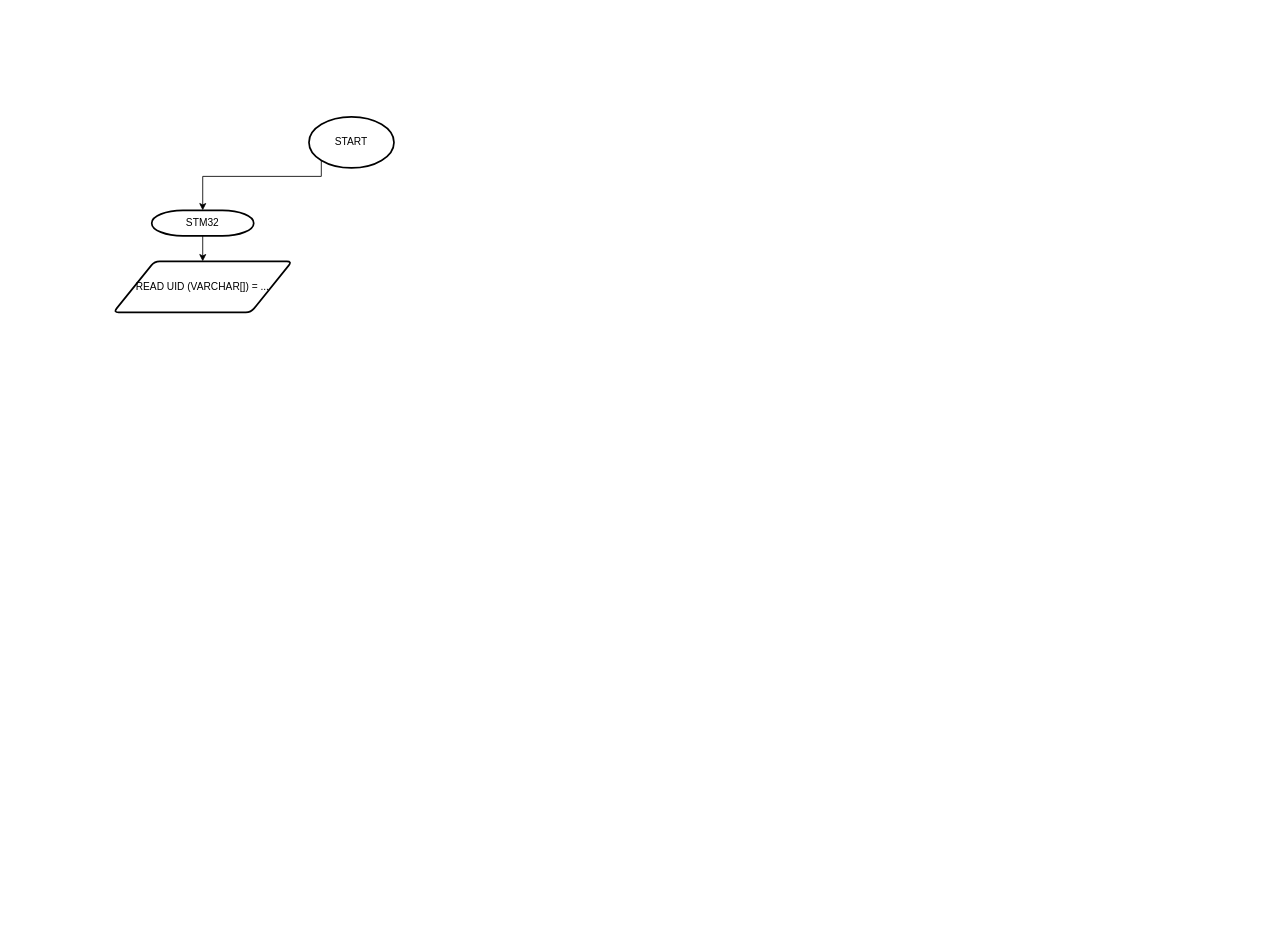
ilhamdestyo/draw.io keeps this draw.io diagram as Payment-Algorithm.drawio. Above is the earlier version. Source tidied: cells renumbered, new cells numbered last; positions are measured from the earlier drawing's top-left corner, leaving out a move shared by most shapes. Both pictures are drawn from the tidied source at 85%, with x=0, y=0 at pixel (113, 116).
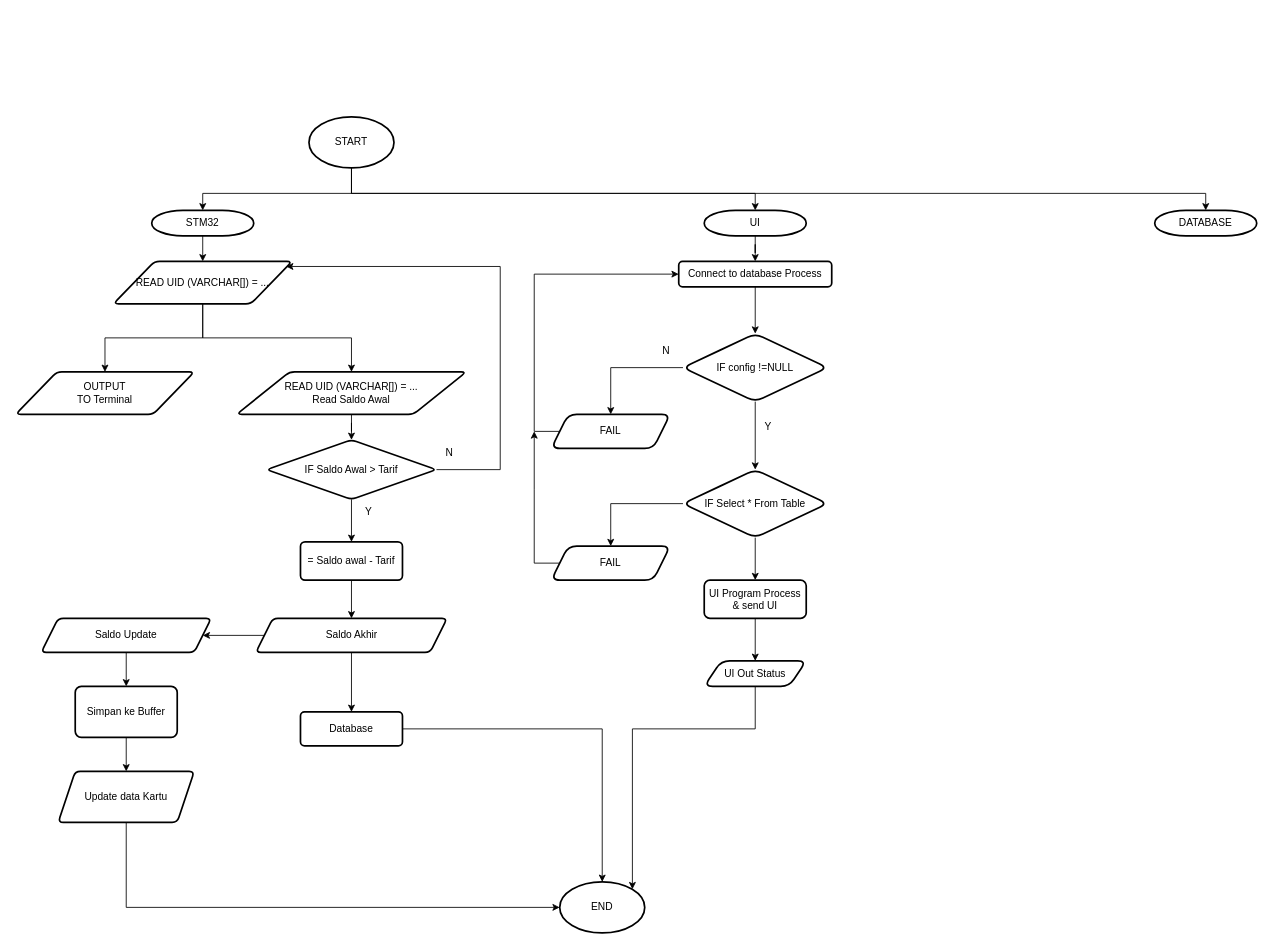
After the change.

The change refers to these unchanged cells:
```xml
<mxCell id="3" value="START" style="strokeWidth=2;html=1;shape=mxgraph.flowchart.start_1;whiteSpace=wrap;" parent="1" vertex="1">
  <mxGeometry x="230" width="100" height="60" as="geometry" />
</mxCell>
<mxCell id="6" value="STM32" style="strokeWidth=2;html=1;shape=mxgraph.flowchart.terminator;whiteSpace=wrap;fontSize=12;" parent="1" vertex="1">
  <mxGeometry x="45" y="110" width="120" height="30" as="geometry" />
</mxCell>
```

Change to the diagram source:
```diff
@@
-    <mxCell id="2" style="edgeStyle=orthogonalEdgeStyle;rounded=0;jettySize=auto;html=1;entryX=0.5;entryY=0;entryDx=0;entryDy=0;entryPerimeter=0;fontSize=12;exitX=0.145;exitY=0.855;exitDx=0;exitDy=0;exitPerimeter=0;" parent="1" edge="1" source="3" target="6">
+    <mxCell id="2" style="edgeStyle=orthogonalEdgeStyle;rounded=0;jettySize=auto;html=1;entryX=0.5;entryY=0;entryDx=0;entryDy=0;entryPerimeter=0;fontSize=12;exitX=0.5;exitY=1;exitDx=0;exitDy=0;exitPerimeter=0;" parent="1" edge="1" source="3" target="6">
       <mxGeometry relative="1" as="geometry">
         <Array as="points">
-          <mxPoint x="245" y="70" />
-          <mxPoint x="105" y="70" />
+          <mxPoint x="280" y="90" />
+          <mxPoint x="105" y="90" />
         </Array>
       </mxGeometry>
     </mxCell>
+    <mxCell id="7" style="edgeStyle=orthogonalEdgeStyle;rounded=0;jettySize=auto;html=1;entryX=0.5;entryY=0;entryDx=0;entryDy=0;entryPerimeter=0;fontSize=12;exitX=0.5;exitY=1;exitDx=0;exitDy=0;exitPerimeter=0;" parent="1" edge="1" source="3" target="34">
+      <mxGeometry relative="1" as="geometry">
+        <Array as="points">
+          <mxPoint x="280" y="90" />
+          <mxPoint x="755" y="90" />
+        </Array>
+      </mxGeometry>
+    </mxCell>
+    <mxCell id="8" style="edgeStyle=orthogonalEdgeStyle;rounded=0;jettySize=auto;html=1;fontSize=12;entryX=0.5;entryY=0;entryDx=0;entryDy=0;entryPerimeter=0;" parent="1" edge="1" source="3" target="54">
+      <mxGeometry relative="1" as="geometry">
+        <Array as="points">
+          <mxPoint x="280" y="90" />
+          <mxPoint x="1285" y="90" />
+        </Array>
+      </mxGeometry>
+    </mxCell>
@@
+    <mxCell id="9" style="edgeStyle=orthogonalEdgeStyle;rounded=0;jettySize=auto;html=1;fontSize=12;" parent="1" edge="1" source="4" target="11">
+      <mxGeometry relative="1" as="geometry" />
+    </mxCell>
+    <mxCell id="10" style="edgeStyle=orthogonalEdgeStyle;rounded=0;jettySize=auto;html=1;fontSize=12;" parent="1" edge="1" source="4" target="13">
+      <mxGeometry relative="1" as="geometry" />
+    </mxCell>
     <mxCell id="4" value="&lt;div style=&quot;&quot; align=&quot;center&quot;&gt;&lt;font style=&quot;font-size: 12px;&quot;&gt;READ UID (VARCHAR[]) = ...&lt;br&gt;&lt;/font&gt;&lt;/div&gt;" style="shape=parallelogram;html=1;strokeWidth=2;perimeter=parallelogramPerimeter;whiteSpace=wrap;rounded=1;arcSize=12;size=0.23;align=center;" parent="1" vertex="1">
-      <mxGeometry y="170" width="210" height="60" as="geometry" />
+      <mxGeometry y="170" width="210" height="50" as="geometry" />
     </mxCell>
@@
+    <mxCell id="11" value="&lt;div&gt;OUTPUT&lt;/div&gt;&lt;div&gt;TO Terminal&lt;br&gt;&lt;/div&gt;" style="shape=parallelogram;html=1;strokeWidth=2;perimeter=parallelogramPerimeter;whiteSpace=wrap;rounded=1;arcSize=12;size=0.23;align=center;" parent="1" vertex="1">
+      <mxGeometry x="-115" y="300" width="210" height="50" as="geometry" />
+    </mxCell>
+    <mxCell id="12" style="edgeStyle=orthogonalEdgeStyle;rounded=0;jettySize=auto;html=1;entryX=0.5;entryY=0;entryDx=0;entryDy=0;fontSize=12;" parent="1" edge="1" source="13" target="18">
+      <mxGeometry relative="1" as="geometry" />
+    </mxCell>
+    <mxCell id="13" value="&lt;div style=&quot;&quot; align=&quot;center&quot;&gt;&lt;font style=&quot;font-size: 12px;&quot;&gt;READ UID (VARCHAR[]) = ...&lt;br&gt;&lt;/font&gt;&lt;/div&gt;&lt;div&gt;Read Saldo Awal&lt;br&gt;&lt;/div&gt;" style="shape=parallelogram;html=1;strokeWidth=2;perimeter=parallelogramPerimeter;whiteSpace=wrap;rounded=1;arcSize=12;size=0.23;align=center;" parent="1" vertex="1">
+      <mxGeometry x="145" y="300" width="270" height="50" as="geometry" />
+    </mxCell>
+    <mxCell id="14" style="edgeStyle=orthogonalEdgeStyle;rounded=0;jettySize=auto;html=1;fontSize=12;" parent="1" edge="1" source="15" target="23">
+      <mxGeometry relative="1" as="geometry" />
+    </mxCell>
+    <mxCell id="15" value="= Saldo awal - Tarif" style="whiteSpace=wrap;html=1;strokeWidth=2;rounded=1;arcSize=12;" parent="1" vertex="1">
+      <mxGeometry x="220" y="500" width="120" height="45" as="geometry" />
+    </mxCell>
+    <mxCell id="16" style="edgeStyle=orthogonalEdgeStyle;rounded=0;jettySize=auto;html=1;exitX=0.5;exitY=1;exitDx=0;exitDy=0;fontSize=12;" parent="1" edge="1" source="18" target="15">
+      <mxGeometry relative="1" as="geometry" />
+    </mxCell>
+    <mxCell id="17" style="edgeStyle=orthogonalEdgeStyle;rounded=0;jettySize=auto;html=1;fontSize=12;entryX=0.967;entryY=0.12;entryDx=0;entryDy=0;entryPerimeter=0;exitX=1;exitY=0.5;exitDx=0;exitDy=0;" parent="1" edge="1" source="18" target="4">
+      <mxGeometry relative="1" as="geometry">
+        <Array as="points">
+          <mxPoint x="455" y="415" />
+          <mxPoint x="455" y="176" />
+        </Array>
+      </mxGeometry>
+    </mxCell>
+    <mxCell id="18" value="IF Saldo Awal &amp;gt; Tarif" style="rhombus;whiteSpace=wrap;html=1;strokeWidth=2;rounded=1;arcSize=12;" parent="1" vertex="1">
+      <mxGeometry x="180" y="380" width="200" height="70" as="geometry" />
+    </mxCell>
+    <mxCell id="19" value="N" style="text;html=1;align=center;verticalAlign=middle;strokeColor=none;fillColor=none;fontSize=12;" parent="1" vertex="1">
+      <mxGeometry x="380" y="380" width="30" height="30" as="geometry" />
+    </mxCell>
+    <mxCell id="20" value="Y" style="text;html=1;align=center;verticalAlign=middle;strokeColor=none;fillColor=none;fontSize=12;" parent="1" vertex="1">
+      <mxGeometry x="285" y="450" width="30" height="30" as="geometry" />
+    </mxCell>
+    <mxCell id="21" style="edgeStyle=orthogonalEdgeStyle;rounded=0;jettySize=auto;html=1;fontSize=12;" parent="1" edge="1" source="23" target="25">
+      <mxGeometry relative="1" as="geometry" />
+    </mxCell>
+    <mxCell id="22" style="edgeStyle=orthogonalEdgeStyle;rounded=0;jettySize=auto;html=1;fontSize=12;" parent="1" edge="1" source="23" target="31">
+      <mxGeometry relative="1" as="geometry" />
+    </mxCell>
+    <mxCell id="23" value="Saldo Akhir" style="shape=parallelogram;perimeter=parallelogramPerimeter;whiteSpace=wrap;html=1;fixedSize=1;strokeWidth=2;rounded=1;arcSize=12;" parent="1" vertex="1">
+      <mxGeometry x="167.5" y="590" width="225" height="40" as="geometry" />
+    </mxCell>
+    <mxCell id="24" style="edgeStyle=orthogonalEdgeStyle;rounded=0;jettySize=auto;html=1;fontSize=12;" parent="1" edge="1" source="25" target="27">
+      <mxGeometry relative="1" as="geometry" />
+    </mxCell>
+    <mxCell id="25" value="Saldo Update" style="shape=parallelogram;perimeter=parallelogramPerimeter;whiteSpace=wrap;html=1;fixedSize=1;strokeWidth=2;rounded=1;arcSize=12;" parent="1" vertex="1">
+      <mxGeometry x="-85" y="590" width="200" height="40" as="geometry" />
+    </mxCell>
+    <mxCell id="26" style="edgeStyle=orthogonalEdgeStyle;rounded=0;jettySize=auto;html=1;fontSize=12;" parent="1" edge="1" source="27" target="29">
+      <mxGeometry relative="1" as="geometry" />
+    </mxCell>
+    <mxCell id="27" value="Simpan ke Buffer" style="rounded=1;whiteSpace=wrap;html=1;strokeWidth=2;arcSize=12;" parent="1" vertex="1">
+      <mxGeometry x="-45" y="670" width="120" height="60" as="geometry" />
+    </mxCell>
+    <mxCell id="28" style="edgeStyle=orthogonalEdgeStyle;rounded=0;jettySize=auto;html=1;entryX=0;entryY=0.5;entryDx=0;entryDy=0;entryPerimeter=0;fontSize=12;exitX=0.5;exitY=1;exitDx=0;exitDy=0;" parent="1" edge="1" source="29" target="32">
+      <mxGeometry relative="1" as="geometry">
+        <Array as="points">
+          <mxPoint x="15" y="930" />
+        </Array>
+      </mxGeometry>
+    </mxCell>
+    <mxCell id="29" value="Update data Kartu" style="shape=parallelogram;perimeter=parallelogramPerimeter;whiteSpace=wrap;html=1;fixedSize=1;rounded=1;strokeWidth=2;arcSize=12;" parent="1" vertex="1">
+      <mxGeometry x="-65" y="770" width="160" height="60" as="geometry" />
+    </mxCell>
+    <mxCell id="30" style="edgeStyle=orthogonalEdgeStyle;rounded=0;jettySize=auto;html=1;entryX=0.5;entryY=0;entryDx=0;entryDy=0;entryPerimeter=0;fontSize=12;" parent="1" edge="1" source="31" target="32">
+      <mxGeometry relative="1" as="geometry">
+        <Array as="points">
+          <mxPoint x="575" y="720" />
+        </Array>
+      </mxGeometry>
+    </mxCell>
+    <mxCell id="31" value="Database" style="rounded=1;whiteSpace=wrap;html=1;strokeWidth=2;arcSize=12;" parent="1" vertex="1">
+      <mxGeometry x="220" y="700" width="120" height="40" as="geometry" />
+    </mxCell>
+    <mxCell id="32" value="END" style="strokeWidth=2;html=1;shape=mxgraph.flowchart.start_1;whiteSpace=wrap;fontSize=12;" parent="1" vertex="1">
+      <mxGeometry x="525" y="900" width="100" height="60" as="geometry" />
+    </mxCell>
+    <mxCell id="33" style="edgeStyle=orthogonalEdgeStyle;rounded=0;jettySize=auto;html=1;fontSize=12;" parent="1" edge="1" source="34" target="36">
+      <mxGeometry relative="1" as="geometry" />
+    </mxCell>
+    <mxCell id="34" value="UI" style="strokeWidth=2;html=1;shape=mxgraph.flowchart.terminator;whiteSpace=wrap;fontSize=12;" parent="1" vertex="1">
+      <mxGeometry x="695" y="110" width="120" height="30" as="geometry" />
+    </mxCell>
+    <mxCell id="35" style="edgeStyle=orthogonalEdgeStyle;rounded=0;jettySize=auto;html=1;fontSize=12;" parent="1" edge="1" source="36" target="39">
+      <mxGeometry relative="1" as="geometry" />
+    </mxCell>
+    <mxCell id="36" value="Connect to database Process" style="rounded=1;whiteSpace=wrap;html=1;strokeWidth=2;" parent="1" vertex="1">
+      <mxGeometry x="665" y="170" width="180" height="30" as="geometry" />
+    </mxCell>
+    <mxCell id="37" style="edgeStyle=orthogonalEdgeStyle;rounded=0;jettySize=auto;html=1;fontSize=12;" parent="1" edge="1" source="39" target="41">
+      <mxGeometry relative="1" as="geometry" />
+    </mxCell>
+    <mxCell id="38" style="edgeStyle=orthogonalEdgeStyle;rounded=0;jettySize=auto;html=1;fontSize=12;" parent="1" edge="1" source="39" target="46">
+      <mxGeometry relative="1" as="geometry" />
+    </mxCell>
+    <mxCell id="39" value="IF config !=NULL " style="rhombus;whiteSpace=wrap;html=1;rounded=1;strokeWidth=2;" parent="1" vertex="1">
+      <mxGeometry x="670" y="255" width="170" height="80" as="geometry" />
+    </mxCell>
+    <mxCell id="40" style="edgeStyle=orthogonalEdgeStyle;rounded=0;jettySize=auto;html=1;entryX=0;entryY=0.5;entryDx=0;entryDy=0;fontSize=12;" parent="1" edge="1" source="41" target="36">
+      <mxGeometry relative="1" as="geometry">
+        <Array as="points">
+          <mxPoint x="495" y="370" />
+          <mxPoint x="495" y="185" />
+        </Array>
+      </mxGeometry>
+    </mxCell>
+    <mxCell id="41" value="FAIL" style="shape=parallelogram;perimeter=parallelogramPerimeter;whiteSpace=wrap;html=1;fixedSize=1;rounded=1;strokeWidth=2;" parent="1" vertex="1">
+      <mxGeometry x="515" y="350" width="140" height="40" as="geometry" />
+    </mxCell>
+    <mxCell id="42" value="N" style="text;html=1;align=center;verticalAlign=middle;strokeColor=none;fillColor=none;fontSize=12;" parent="1" vertex="1">
+      <mxGeometry x="635" y="260" width="30" height="30" as="geometry" />
+    </mxCell>
+    <mxCell id="43" value="Y" style="text;html=1;align=center;verticalAlign=middle;strokeColor=none;fillColor=none;fontSize=12;" parent="1" vertex="1">
+      <mxGeometry x="755" y="350" width="30" height="30" as="geometry" />
+    </mxCell>
+    <mxCell id="44" style="edgeStyle=orthogonalEdgeStyle;rounded=0;jettySize=auto;html=1;exitX=0;exitY=0.5;exitDx=0;exitDy=0;entryX=0.5;entryY=0;entryDx=0;entryDy=0;fontSize=12;" parent="1" edge="1" source="46" target="48">
+      <mxGeometry relative="1" as="geometry" />
+    </mxCell>
+    <mxCell id="45" style="edgeStyle=orthogonalEdgeStyle;rounded=0;jettySize=auto;html=1;fontSize=12;" parent="1" edge="1" source="46" target="50">
+      <mxGeometry relative="1" as="geometry" />
+    </mxCell>
+    <mxCell id="46" value="IF Select * From Table" style="rhombus;whiteSpace=wrap;html=1;rounded=1;strokeWidth=2;" parent="1" vertex="1">
+      <mxGeometry x="670" y="415" width="170" height="80" as="geometry" />
+    </mxCell>
+    <mxCell id="47" style="edgeStyle=orthogonalEdgeStyle;rounded=0;jettySize=auto;html=1;exitX=0;exitY=0.5;exitDx=0;exitDy=0;fontSize=12;" parent="1" edge="1" source="48">
+      <mxGeometry relative="1" as="geometry">
+        <mxPoint x="495" y="370" as="targetPoint" />
+      </mxGeometry>
+    </mxCell>
+    <mxCell id="48" value="FAIL" style="shape=parallelogram;perimeter=parallelogramPerimeter;whiteSpace=wrap;html=1;fixedSize=1;rounded=1;strokeWidth=2;" parent="1" vertex="1">
+      <mxGeometry x="515" y="505" width="140" height="40" as="geometry" />
+    </mxCell>
+    <mxCell id="49" style="edgeStyle=orthogonalEdgeStyle;rounded=0;jettySize=auto;html=1;fontSize=12;" parent="1" edge="1" source="50" target="52">
+      <mxGeometry relative="1" as="geometry" />
+    </mxCell>
+    <mxCell id="50" value="UI Program Process &amp;amp; send UI" style="whiteSpace=wrap;html=1;rounded=1;strokeWidth=2;" parent="1" vertex="1">
+      <mxGeometry x="695" y="545" width="120" height="45" as="geometry" />
+    </mxCell>
+    <mxCell id="51" style="edgeStyle=orthogonalEdgeStyle;rounded=0;jettySize=auto;html=1;entryX=0.855;entryY=0.145;entryDx=0;entryDy=0;entryPerimeter=0;fontSize=12;" parent="1" edge="1" source="52" target="32">
+      <mxGeometry relative="1" as="geometry">
+        <Array as="points">
+          <mxPoint x="755" y="720" />
+          <mxPoint x="611" y="720" />
+          <mxPoint x="611" y="909" />
+        </Array>
+      </mxGeometry>
+    </mxCell>
+    <mxCell id="52" value="UI Out Status" style="shape=parallelogram;perimeter=parallelogramPerimeter;whiteSpace=wrap;html=1;fixedSize=1;rounded=1;strokeWidth=2;" parent="1" vertex="1">
+      <mxGeometry x="695" y="640" width="120" height="30" as="geometry" />
+    </mxCell>
+    <mxCell id="53" value="&amp;nbsp;" style="text;whiteSpace=wrap;html=1;fontSize=12;" parent="1" vertex="1">
+      <mxGeometry x="1035" y="-120" width="40" height="40" as="geometry" />
+    </mxCell>
+    <mxCell id="54" value="DATABASE" style="strokeWidth=2;html=1;shape=mxgraph.flowchart.terminator;whiteSpace=wrap;fontSize=12;" parent="1" vertex="1">
+      <mxGeometry x="1225" y="110" width="120" height="30" as="geometry" />
+    </mxCell>
+    <mxCell id="55" value="&amp;nbsp;" style="text;whiteSpace=wrap;html=1;fontSize=12;" parent="1" vertex="1">
+      <mxGeometry x="1045" y="310" width="40" height="40" as="geometry" />
+    </mxCell>
```
